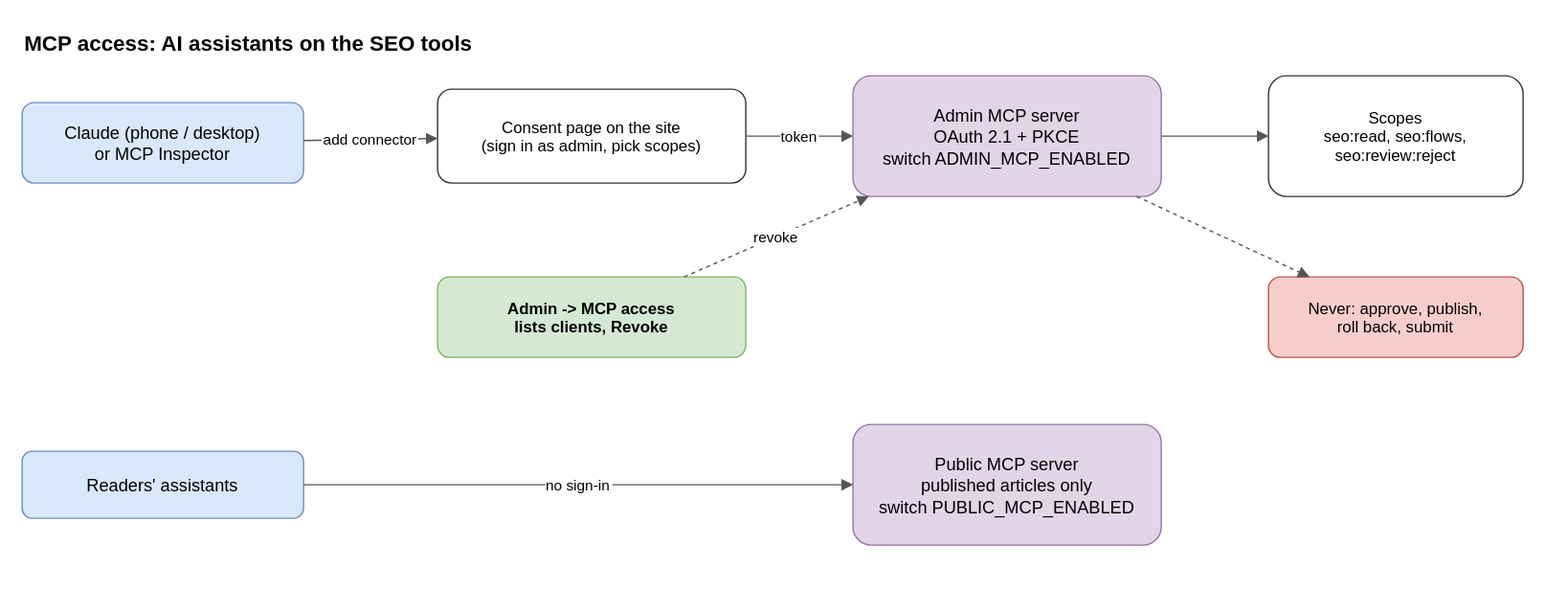
Before: public/guide/mcp-access.drawio.svg, a diagram exported from draw.io (mrjithendar/moks-cms). Source tidied: cells renumbered, new cells last; positions are measured from the earlier drawing's top-left corner, leaving out a move shared by most shapes. Its diagram source:
```xml
<mxGraphModel background="#ffffff">
  <root>
    <mxCell id="0" />
    <mxCell id="1" parent="0" />
    <mxCell id="2" value="MCP access: AI assistants on the SEO tools" style="text;fontSize=16;fontStyle=1;align=left;" parent="1" vertex="1">
      <mxGeometry width="700" height="30" as="geometry" />
    </mxCell>
    <mxCell id="3" value="Claude (phone / desktop)&#10;or MCP Inspector" style="rounded=1;fillColor=#dae8fc;strokeColor=#6c8ebf;fontSize=13;" parent="1" vertex="1">
      <mxGeometry y="60" width="210" height="60" as="geometry" />
    </mxCell>
    <mxCell id="4" value="Consent page on the site&#10;(sign in as admin, pick scopes)" style="rounded=1;fillColor=#ffffff;strokeColor=#333333;fontSize=12;" parent="1" vertex="1">
      <mxGeometry x="310" y="50" width="230" height="70" as="geometry" />
    </mxCell>
    <mxCell id="5" value="Admin MCP server&#10;OAuth 2.1 + PKCE&#10;switch ADMIN_MCP_ENABLED" style="rounded=1;fillColor=#e1d5e7;strokeColor=#9673a6;fontSize=13;" parent="1" vertex="1">
      <mxGeometry x="620" y="40" width="230" height="90" as="geometry" />
    </mxCell>
    <mxCell id="6" value="Scopes&#10;seo:read, seo:flows,&#10;seo:review:reject" style="rounded=1;fillColor=#ffffff;strokeColor=#333333;fontSize=12;" parent="1" vertex="1">
      <mxGeometry x="930" y="40" width="190" height="90" as="geometry" />
    </mxCell>
    <mxCell id="7" value="Never: approve, publish,&#10;roll back, submit" style="rounded=1;fillColor=#f8cecc;strokeColor=#b85450;fontSize=12;" parent="1" vertex="1">
      <mxGeometry x="930" y="190" width="190" height="60" as="geometry" />
    </mxCell>
    <mxCell id="8" value="Admin -&gt; MCP access&#10;lists clients, Revoke" style="rounded=1;fillColor=#d5e8d4;strokeColor=#82b366;fontSize=12;fontStyle=1;" parent="1" vertex="1">
      <mxGeometry x="310" y="190" width="230" height="60" as="geometry" />
    </mxCell>
    <mxCell id="9" value="Readers' assistants" style="rounded=1;fillColor=#dae8fc;strokeColor=#6c8ebf;fontSize=13;" parent="1" vertex="1">
      <mxGeometry y="320" width="210" height="50" as="geometry" />
    </mxCell>
    <mxCell id="10" value="Public MCP server&#10;published articles only&#10;switch PUBLIC_MCP_ENABLED" style="rounded=1;fillColor=#e1d5e7;strokeColor=#9673a6;fontSize=13;" parent="1" vertex="1">
      <mxGeometry x="620" y="300" width="230" height="90" as="geometry" />
    </mxCell>
    <mxCell id="11" value="add connector" style="edgeStyle=none;rounded=0;endArrow=block;endFill=1;strokeColor=#555555;fontSize=11;labelBackgroundColor=#ffffff;" parent="1" edge="1" source="3" target="4">
      <mxGeometry relative="1" as="geometry" />
    </mxCell>
    <mxCell id="12" value="token" style="edgeStyle=none;rounded=0;endArrow=block;endFill=1;strokeColor=#555555;fontSize=11;labelBackgroundColor=#ffffff;" parent="1" edge="1" source="4" target="5">
      <mxGeometry relative="1" as="geometry" />
    </mxCell>
    <mxCell id="13" style="edgeStyle=none;rounded=0;endArrow=block;endFill=1;strokeColor=#555555;fontSize=11;labelBackgroundColor=#ffffff;" parent="1" edge="1" source="5" target="6">
      <mxGeometry relative="1" as="geometry" />
    </mxCell>
    <mxCell id="14" style="edgeStyle=none;rounded=0;endArrow=block;endFill=1;strokeColor=#555555;fontSize=11;labelBackgroundColor=#ffffff;dashed=1;" parent="1" edge="1" source="5" target="7">
      <mxGeometry relative="1" as="geometry" />
    </mxCell>
    <mxCell id="15" value="no sign-in" style="edgeStyle=none;rounded=0;endArrow=block;endFill=1;strokeColor=#555555;fontSize=11;labelBackgroundColor=#ffffff;" parent="1" edge="1" source="9" target="10">
      <mxGeometry relative="1" as="geometry" />
    </mxCell>
    <mxCell id="16" value="revoke" style="edgeStyle=none;rounded=0;endArrow=block;endFill=1;strokeColor=#555555;fontSize=11;labelBackgroundColor=#ffffff;dashed=1;" parent="1" edge="1" source="8" target="5">
      <mxGeometry relative="1" as="geometry" />
    </mxCell>
  </root>
</mxGraphModel>
```
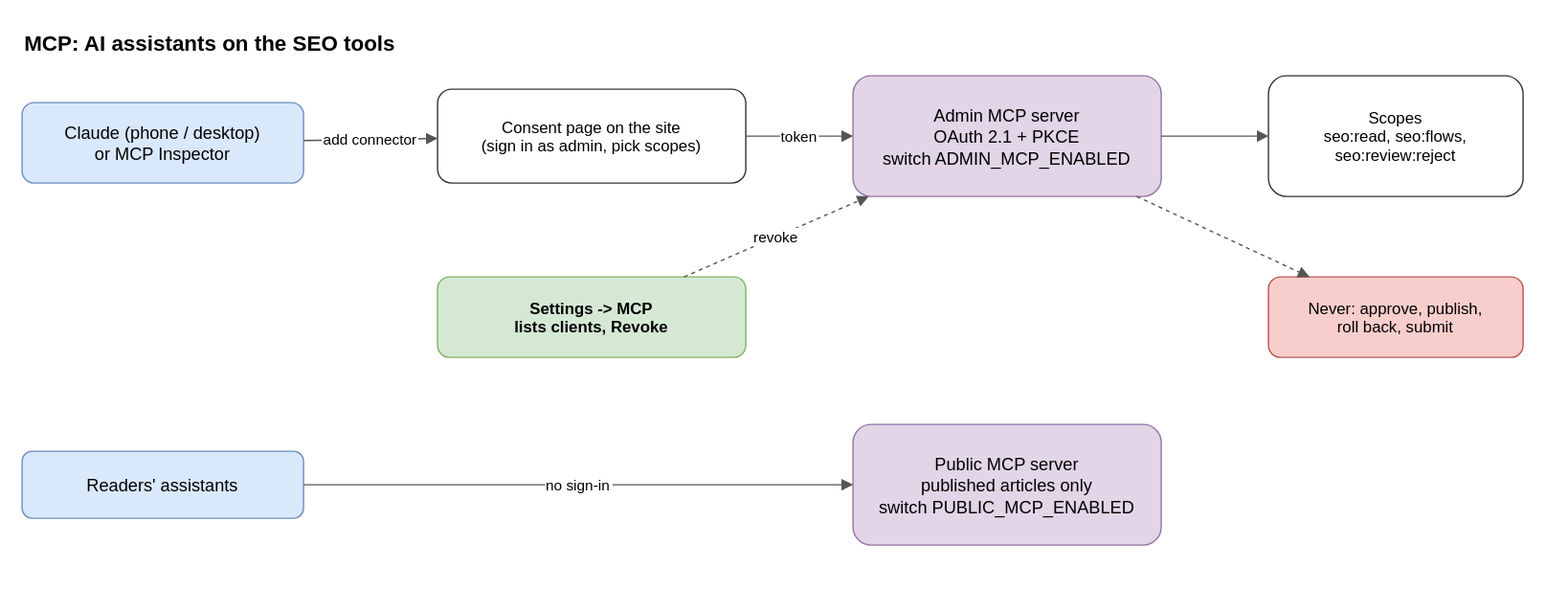
After the change.

Diff of the diagram source:
```diff
@@ -2,7 +2,7 @@
   <root>
     <mxCell id="0" />
     <mxCell id="1" parent="0" />
-    <mxCell id="2" value="MCP access: AI assistants on the SEO tools" style="text;fontSize=16;fontStyle=1;align=left;" parent="1" vertex="1">
+    <mxCell id="2" value="MCP: AI assistants on the SEO tools" style="text;fontSize=16;fontStyle=1;align=left;" parent="1" vertex="1">
       <mxGeometry width="700" height="30" as="geometry" />
     </mxCell>
     <mxCell id="3" value="Claude (phone / desktop)&#10;or MCP Inspector" style="rounded=1;fillColor=#dae8fc;strokeColor=#6c8ebf;fontSize=13;" parent="1" vertex="1">
@@ -20,7 +20,7 @@
     <mxCell id="7" value="Never: approve, publish,&#10;roll back, submit" style="rounded=1;fillColor=#f8cecc;strokeColor=#b85450;fontSize=12;" parent="1" vertex="1">
       <mxGeometry x="930" y="190" width="190" height="60" as="geometry" />
     </mxCell>
-    <mxCell id="8" value="Admin -&gt; MCP access&#10;lists clients, Revoke" style="rounded=1;fillColor=#d5e8d4;strokeColor=#82b366;fontSize=12;fontStyle=1;" parent="1" vertex="1">
+    <mxCell id="8" value="Settings -&gt; MCP&#10;lists clients, Revoke" style="rounded=1;fillColor=#d5e8d4;strokeColor=#82b366;fontSize=12;fontStyle=1;" parent="1" vertex="1">
       <mxGeometry x="310" y="190" width="230" height="60" as="geometry" />
     </mxCell>
     <mxCell id="9" value="Readers' assistants" style="rounded=1;fillColor=#dae8fc;strokeColor=#6c8ebf;fontSize=13;" parent="1" vertex="1">
```
